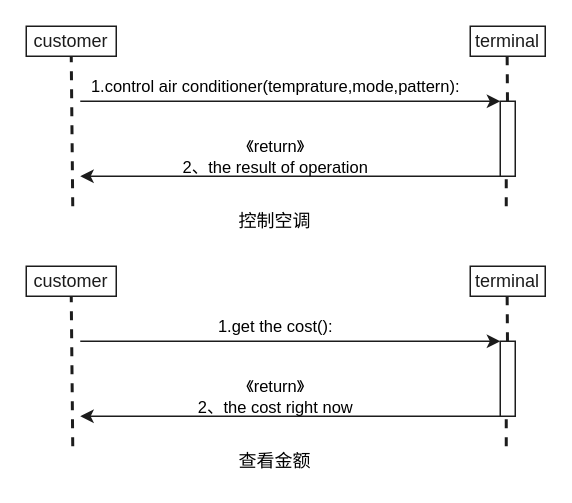
Earlier version of the draw.io diagram Doc&Ref/Phase3/customer/SSD.drawio (RiddMa/SoftwareEngineering2021). Source tidied: cells renumbered, new cells numbered last; positions are measured from the earlier drawing's top-left corner, leaving out a move shared by most shapes. Both pictures are drawn from the tidied source at 150%, with x=0, y=0 at pixel (26, 26).
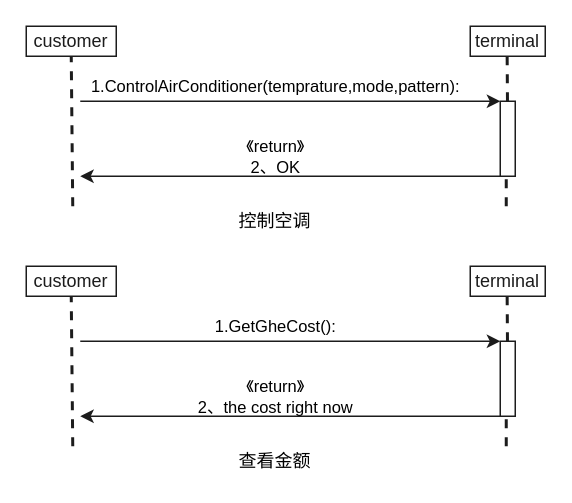
After the change.

The change refers to these unchanged cells:
```xml
<mxCell id="9" style="endArrow=classic;html=1;strokeColor=#1C1C1C;strokeWidth=1;" parent="1" edge="1">
  <mxGeometry relative="1" as="geometry">
    <mxPoint x="316" y="100" as="sourcePoint" />
    <mxPoint x="36" y="100" as="targetPoint" />
  </mxGeometry>
</mxCell>
```

What changed in the source:
```diff
@@
-    <mxCell id="8" value="1.control air conditioner(temprature,mode,pattern):" style="endArrow=classic;html=1;strokeColor=#1C1C1C;strokeWidth=1;fontColor=#000000;labelBackgroundColor=none;" parent="1" edge="1">
+    <mxCell id="8" value="1.ControlAirConditioner(temprature,mode,pattern):" style="endArrow=classic;html=1;strokeColor=#1C1C1C;strokeWidth=1;fontColor=#000000;labelBackgroundColor=none;" parent="1" edge="1">
       <mxGeometry x="-0.07" y="10" relative="1" as="geometry">
         <mxPoint x="36" y="50" as="sourcePoint" />
         <mxPoint x="316" y="50" as="targetPoint" />
       </mxGeometry>
     </mxCell>
@@
-    <mxCell id="10" value="《return》&lt;br&gt;2、the result of operation" style="edgeLabel;html=1;align=center;verticalAlign=middle;fontColor=#000000;labelBackgroundColor=none;" parent="9" vertex="1">
+    <mxCell id="10" value="《return》&lt;br&gt;2、OK" style="edgeLabel;html=1;align=center;verticalAlign=middle;fontColor=#000000;labelBackgroundColor=none;" parent="9" vertex="1">
       <mxGeometry x="0.14" y="-1" relative="1" as="geometry">
         <mxPoint x="9.2" y="-13" as="offset" />
       </mxGeometry>
     </mxCell>
@@
-    <mxCell id="17" value="1.get the cost():" style="endArrow=classic;html=1;strokeColor=#1C1C1C;strokeWidth=1;fontColor=#000000;labelBackgroundColor=none;" parent="1" edge="1">
+    <mxCell id="17" value="1.GetGheCost():" style="endArrow=classic;html=1;strokeColor=#1C1C1C;strokeWidth=1;fontColor=#000000;labelBackgroundColor=none;" parent="1" edge="1">
       <mxGeometry x="-0.07" y="10" relative="1" as="geometry">
         <mxPoint x="36" y="210" as="sourcePoint" />
         <mxPoint x="316" y="210" as="targetPoint" />
       </mxGeometry>
     </mxCell>
```
